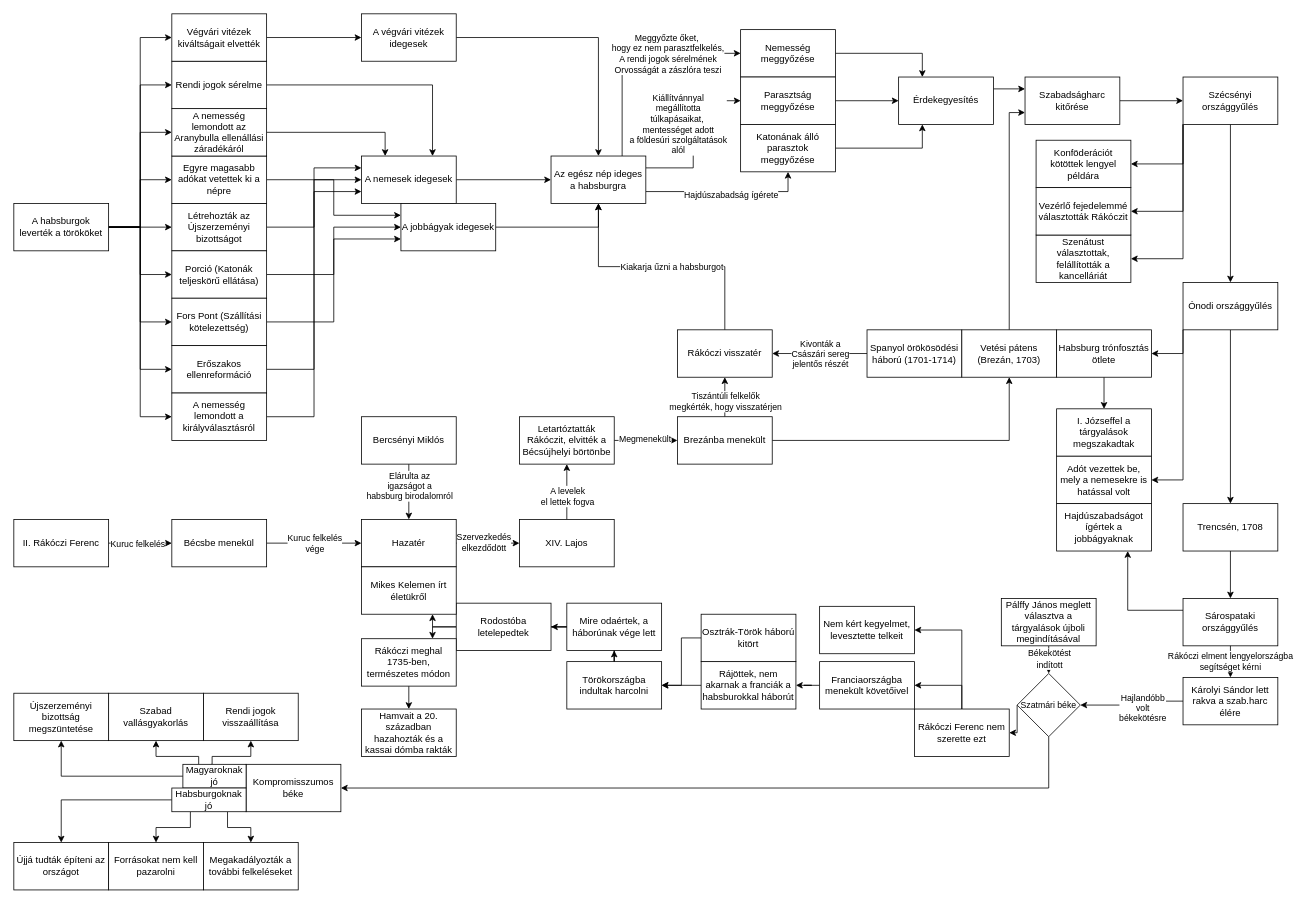
This is Tortenelem/gondolatterkep_rakoczi.drawio from Maho-Yoshino/School_Notes, a draw.io file, before an edit. Source tidied: cells renumbered, new cells numbered last; positions are measured from the earlier drawing's top-left corner, leaving out a move shared by most shapes. Both pictures are drawn from the tidied source at 79%, with x=0, y=0 at pixel (13, 13).
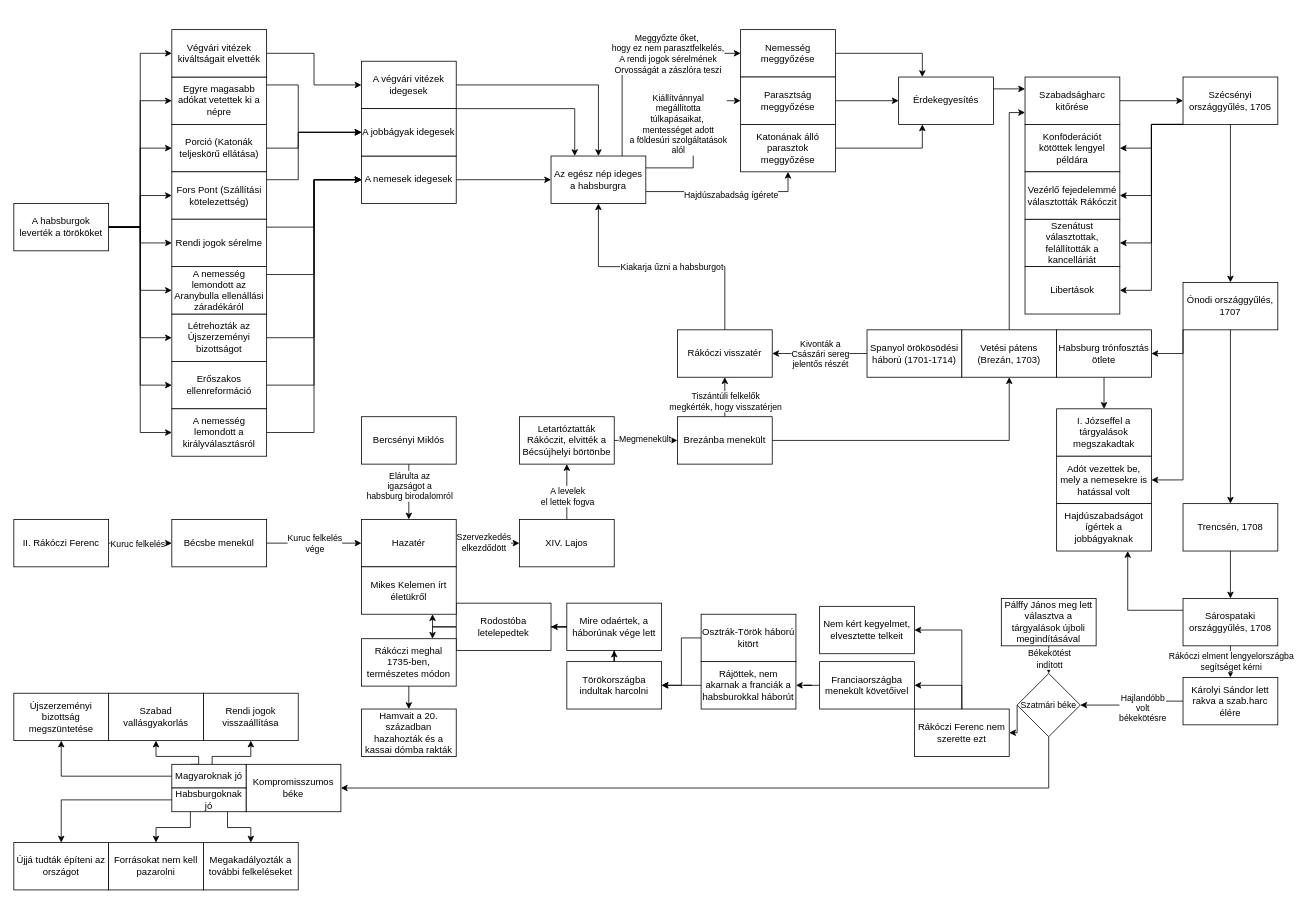
The same page after the edit.

Unchanged cells that the change refers to:
```xml
<mxCell id="11" value="A habsburgok leverték a törököket" style="rounded=0;whiteSpace=wrap;html=1;" parent="1" vertex="1">
  <mxGeometry y="240" width="120" height="60" as="geometry" />
</mxCell>
<mxCell id="38" value="A nemesek idegesek" style="rounded=0;whiteSpace=wrap;html=1;" parent="1" vertex="1">
  <mxGeometry x="440" y="180" width="120" height="60" as="geometry" />
</mxCell>
<mxCell id="47" value="Az egész nép ideges a habsburgra" style="rounded=0;whiteSpace=wrap;html=1;" parent="1" vertex="1">
  <mxGeometry x="680" y="180" width="120" height="60" as="geometry" />
</mxCell>
<mxCell id="107" style="edgeStyle=orthogonalEdgeStyle;rounded=0;jettySize=auto;html=1;entryX=0.5;entryY=0;entryDx=0;entryDy=0;" parent="1" edge="1" source="102" target="106">
  <mxGeometry relative="1" as="geometry" />
</mxCell>
```

The edit, as a diff of the source:
```diff
@@
-    <mxCell id="2" style="edgeStyle=orthogonalEdgeStyle;rounded=0;jettySize=auto;html=1;" parent="1" edge="1" source="11" target="13">
+    <mxCell id="2" style="edgeStyle=orthogonalEdgeStyle;rounded=0;jettySize=auto;html=1;entryX=0;entryY=0.5;entryDx=0;entryDy=0;" parent="1" edge="1" source="11" target="13">
       <mxGeometry relative="1" as="geometry" />
     </mxCell>
@@
-    <mxCell id="12" style="edgeStyle=orthogonalEdgeStyle;rounded=0;jettySize=auto;html=1;entryX=0;entryY=0.25;entryDx=0;entryDy=0;" parent="1" edge="1" source="13" target="38">
+    <mxCell id="12" style="edgeStyle=orthogonalEdgeStyle;rounded=0;jettySize=auto;html=1;entryX=0;entryY=0.5;entryDx=0;entryDy=0;" parent="1" edge="1" source="13" target="38">
       <mxGeometry relative="1" as="geometry" />
     </mxCell>
     <mxCell id="13" value="Létrehozták az Újszerzeményi bizottságot" style="rounded=0;whiteSpace=wrap;html=1;" parent="1" vertex="1">
-      <mxGeometry x="200" y="240" width="120" height="60" as="geometry" />
+      <mxGeometry x="200" y="380" width="120" height="60" as="geometry" />
     </mxCell>
-    <mxCell id="14" style="edgeStyle=orthogonalEdgeStyle;rounded=0;jettySize=auto;html=1;entryX=0;entryY=0.25;entryDx=0;entryDy=0;" parent="1" edge="1" source="15" target="40">
-      <mxGeometry relative="1" as="geometry" />
+    <mxCell id="14" style="edgeStyle=orthogonalEdgeStyle;rounded=0;jettySize=auto;html=1;entryX=0;entryY=0.5;entryDx=0;entryDy=0;" parent="1" edge="1" source="15" target="40">
+      <mxGeometry relative="1" as="geometry">
+        <Array as="points">
+          <mxPoint x="360" y="90" />
+          <mxPoint x="360" y="150" />
+        </Array>
+      </mxGeometry>
     </mxCell>
     <mxCell id="15" value="Egyre magasabb adókat vetettek ki a népre" style="rounded=0;whiteSpace=wrap;html=1;" parent="1" vertex="1">
-      <mxGeometry x="200" y="180" width="120" height="60" as="geometry" />
+      <mxGeometry x="200" y="80" width="120" height="60" as="geometry" />
     </mxCell>
     <mxCell id="16" style="edgeStyle=orthogonalEdgeStyle;rounded=0;jettySize=auto;html=1;entryX=0;entryY=0.5;entryDx=0;entryDy=0;" parent="1" edge="1" source="17" target="40">
-      <mxGeometry relative="1" as="geometry" />
+      <mxGeometry relative="1" as="geometry">
+        <Array as="points">
+          <mxPoint x="360" y="170" />
+          <mxPoint x="360" y="150" />
+        </Array>
+      </mxGeometry>
     </mxCell>
     <mxCell id="17" value="Porció (Katonák teljeskörű ellátása&lt;span style=&quot;background-color: initial;&quot;&gt;)&lt;/span&gt;" style="rounded=0;whiteSpace=wrap;html=1;" parent="1" vertex="1">
-      <mxGeometry x="200" y="300" width="120" height="60" as="geometry" />
+      <mxGeometry x="200" y="140" width="120" height="60" as="geometry" />
     </mxCell>
-    <mxCell id="18" style="edgeStyle=orthogonalEdgeStyle;rounded=0;jettySize=auto;html=1;entryX=0;entryY=0.75;entryDx=0;entryDy=0;" parent="1" edge="1" source="19" target="40">
-      <mxGeometry relative="1" as="geometry" />
+    <mxCell id="18" style="edgeStyle=orthogonalEdgeStyle;rounded=0;jettySize=auto;html=1;entryX=0;entryY=0.5;entryDx=0;entryDy=0;" parent="1" edge="1" source="19" target="40">
+      <mxGeometry relative="1" as="geometry">
+        <Array as="points">
+          <mxPoint x="360" y="210" />
+          <mxPoint x="360" y="150" />
+        </Array>
+      </mxGeometry>
     </mxCell>
     <mxCell id="19" value="Fors Pont (Szállítási kötelezettség)" style="rounded=0;whiteSpace=wrap;html=1;" parent="1" vertex="1">
-      <mxGeometry x="200" y="360" width="120" height="60" as="geometry" />
+      <mxGeometry x="200" y="200" width="120" height="60" as="geometry" />
     </mxCell>
@@
     <mxCell id="21" value="Erőszakos ellenreformáció" style="rounded=0;whiteSpace=wrap;html=1;" parent="1" vertex="1">
-      <mxGeometry x="200" y="420" width="120" height="60" as="geometry" />
+      <mxGeometry x="200" y="440" width="120" height="60" as="geometry" />
     </mxCell>
-    <mxCell id="22" style="edgeStyle=orthogonalEdgeStyle;rounded=0;jettySize=auto;html=1;entryX=0;entryY=0.75;entryDx=0;entryDy=0;" parent="1" edge="1" source="23" target="38">
+    <mxCell id="22" style="edgeStyle=orthogonalEdgeStyle;rounded=0;jettySize=auto;html=1;entryX=0;entryY=0.5;entryDx=0;entryDy=0;" parent="1" edge="1" source="23" target="38">
       <mxGeometry relative="1" as="geometry" />
     </mxCell>
     <mxCell id="23" value="A nemesség lemondott a királyválasztásról" style="rounded=0;whiteSpace=wrap;html=1;" parent="1" vertex="1">
-      <mxGeometry x="200" y="480" width="120" height="60" as="geometry" />
+      <mxGeometry x="200" y="500" width="120" height="60" as="geometry" />
     </mxCell>
@@
-    <mxCell id="29" style="edgeStyle=orthogonalEdgeStyle;rounded=0;jettySize=auto;html=1;entryX=0.25;entryY=0;entryDx=0;entryDy=0;" parent="1" edge="1" source="30" target="38">
-      <mxGeometry relative="1" as="geometry" />
+    <mxCell id="29" style="edgeStyle=orthogonalEdgeStyle;rounded=0;jettySize=auto;html=1;entryX=0;entryY=0.5;entryDx=0;entryDy=0;" parent="1" edge="1" source="30" target="38">
+      <mxGeometry relative="1" as="geometry">
+        <Array as="points">
+          <mxPoint x="380" y="330" />
+          <mxPoint x="380" y="210" />
+        </Array>
+      </mxGeometry>
     </mxCell>
     <mxCell id="30" value="A nemesség lemondott az Aranybulla ellenállási záradékáról" style="rounded=0;whiteSpace=wrap;html=1;" parent="1" vertex="1">
-      <mxGeometry x="200" y="120" width="120" height="60" as="geometry" />
+      <mxGeometry x="200" y="320" width="120" height="60" as="geometry" />
     </mxCell>
-    <mxCell id="31" style="edgeStyle=orthogonalEdgeStyle;rounded=0;jettySize=auto;html=1;entryX=0.75;entryY=0;entryDx=0;entryDy=0;" parent="1" edge="1" source="32" target="38">
-      <mxGeometry relative="1" as="geometry" />
+    <mxCell id="31" style="edgeStyle=orthogonalEdgeStyle;rounded=0;jettySize=auto;html=1;entryX=0;entryY=0.5;entryDx=0;entryDy=0;" parent="1" edge="1" source="32" target="38">
+      <mxGeometry relative="1" as="geometry">
+        <Array as="points">
+          <mxPoint x="380" y="270" />
+          <mxPoint x="380" y="210" />
+        </Array>
+      </mxGeometry>
     </mxCell>
     <mxCell id="32" value="Rendi jogok sérelme" style="rounded=0;whiteSpace=wrap;html=1;" parent="1" vertex="1">
-      <mxGeometry x="200" y="60" width="120" height="60" as="geometry" />
+      <mxGeometry x="200" y="260" width="120" height="60" as="geometry" />
     </mxCell>
@@
     <mxCell id="34" value="Végvári vitézek kiváltságait elvették" style="rounded=0;whiteSpace=wrap;html=1;" parent="1" vertex="1">
-      <mxGeometry x="200" width="120" height="60" as="geometry" />
+      <mxGeometry x="200" y="20" width="120" height="60" as="geometry" />
     </mxCell>
@@
     <mxCell id="36" value="A végvári vitézek idegesek" style="rounded=0;whiteSpace=wrap;html=1;" parent="1" vertex="1">
-      <mxGeometry x="440" width="120" height="60" as="geometry" />
+      <mxGeometry x="440" y="60" width="120" height="60" as="geometry" />
     </mxCell>
@@
-    <mxCell id="39" style="edgeStyle=orthogonalEdgeStyle;rounded=0;jettySize=auto;html=1;entryX=0.5;entryY=1;entryDx=0;entryDy=0;" parent="1" edge="1" source="40" target="47">
-      <mxGeometry relative="1" as="geometry" />
+    <mxCell id="39" style="edgeStyle=orthogonalEdgeStyle;rounded=0;jettySize=auto;html=1;entryX=0.25;entryY=0;entryDx=0;entryDy=0;" parent="1" edge="1" source="40" target="47">
+      <mxGeometry relative="1" as="geometry">
+        <Array as="points">
+          <mxPoint x="710" y="120" />
+        </Array>
+      </mxGeometry>
     </mxCell>
     <mxCell id="40" value="A jobbágyak idegesek" style="rounded=0;whiteSpace=wrap;html=1;" parent="1" vertex="1">
-      <mxGeometry x="490" y="240" width="120" height="60" as="geometry" />
+      <mxGeometry x="440" y="120" width="120" height="60" as="geometry" />
     </mxCell>
@@
     <mxCell id="83" style="edgeStyle=orthogonalEdgeStyle;rounded=0;jettySize=auto;html=1;exitX=0;exitY=1;exitDx=0;exitDy=0;entryX=1;entryY=0.5;entryDx=0;entryDy=0;" parent="1" edge="1" source="87" target="88">
-      <mxGeometry relative="1" as="geometry" />
+      <mxGeometry relative="1" as="geometry">
+        <Array as="points">
+          <mxPoint x="1440" y="140" />
+          <mxPoint x="1440" y="170" />
+        </Array>
+      </mxGeometry>
     </mxCell>
     <mxCell id="84" style="edgeStyle=orthogonalEdgeStyle;rounded=0;jettySize=auto;html=1;entryX=1;entryY=0.5;entryDx=0;entryDy=0;exitX=0;exitY=1;exitDx=0;exitDy=0;" parent="1" edge="1" source="87" target="89">
-      <mxGeometry relative="1" as="geometry" />
+      <mxGeometry relative="1" as="geometry">
+        <Array as="points">
+          <mxPoint x="1440" y="140" />
+          <mxPoint x="1440" y="290" />
+        </Array>
+      </mxGeometry>
     </mxCell>
     <mxCell id="85" style="edgeStyle=orthogonalEdgeStyle;rounded=0;jettySize=auto;html=1;exitX=0;exitY=1;exitDx=0;exitDy=0;entryX=1;entryY=0.5;entryDx=0;entryDy=0;" parent="1" edge="1" source="87" target="90">
-      <mxGeometry relative="1" as="geometry" />
+      <mxGeometry relative="1" as="geometry">
+        <Array as="points">
+          <mxPoint x="1440" y="140" />
+          <mxPoint x="1440" y="230" />
+        </Array>
+      </mxGeometry>
     </mxCell>
@@
+    <mxCell id="151" style="edgeStyle=orthogonalEdgeStyle;rounded=0;jettySize=auto;html=1;exitX=0;exitY=1;exitDx=0;exitDy=0;entryX=1;entryY=0.5;entryDx=0;entryDy=0;" parent="1" edge="1" source="87" target="152">
+      <mxGeometry relative="1" as="geometry">
+        <Array as="points">
+          <mxPoint x="1440" y="140" />
+          <mxPoint x="1440" y="350" />
+        </Array>
+      </mxGeometry>
+    </mxCell>
-    <mxCell id="87" value="Szécsényi országgyűlés" style="rounded=0;whiteSpace=wrap;html=1;" parent="1" vertex="1">
+    <mxCell id="87" value="Szécsényi országgyűlés, 1705" style="rounded=0;whiteSpace=wrap;html=1;" parent="1" vertex="1">
       <mxGeometry x="1480" y="80" width="120" height="60" as="geometry" />
     </mxCell>
     <mxCell id="88" value="Konföderációt kötöttek lengyel példára" style="whiteSpace=wrap;html=1;rounded=0;" parent="1" vertex="1">
-      <mxGeometry x="1294" y="160" width="120" height="60" as="geometry" />
+      <mxGeometry x="1280" y="140" width="120" height="60" as="geometry" />
     </mxCell>
     <mxCell id="89" value="Szenátust választottak, felállították a kancelláriát" style="rounded=0;whiteSpace=wrap;html=1;" parent="1" vertex="1">
-      <mxGeometry x="1294" y="280" width="120" height="60" as="geometry" />
+      <mxGeometry x="1280" y="260" width="120" height="60" as="geometry" />
     </mxCell>
     <mxCell id="90" value="Vezérlő fejedelemmé választották Rákóczit" style="rounded=0;whiteSpace=wrap;html=1;" parent="1" vertex="1">
-      <mxGeometry x="1294" y="220" width="120" height="60" as="geometry" />
+      <mxGeometry x="1280" y="200" width="120" height="60" as="geometry" />
     </mxCell>
@@
-    <mxCell id="94" value="Ónodi országgyűlés" style="whiteSpace=wrap;html=1;rounded=0;" parent="1" vertex="1">
+    <mxCell id="94" value="Ónodi országgyűlés, 1707" style="whiteSpace=wrap;html=1;rounded=0;" parent="1" vertex="1">
       <mxGeometry x="1480" y="340" width="120" height="60" as="geometry" />
     </mxCell>
@@
-    <mxCell id="102" value="Sárospataki országgyűlés" style="rounded=0;whiteSpace=wrap;html=1;" parent="1" vertex="1">
+    <mxCell id="102" value="Sárospataki országgyűlés, 1708" style="rounded=0;whiteSpace=wrap;html=1;" parent="1" vertex="1">
       <mxGeometry x="1480" y="740" width="120" height="60" as="geometry" />
     </mxCell>
@@
     <mxCell id="108" value="Rákóczi elment lengyelországba&lt;div&gt;segítséget kérni&lt;/div&gt;" style="edgeLabel;html=1;align=center;verticalAlign=middle;" parent="107" vertex="1">
-      <mxGeometry x="-0.05" y="-1" relative="1" as="geometry" />
+      <mxGeometry x="-0.05" y="-1" relative="1" as="geometry">
+        <mxPoint x="1" as="offset" />
+      </mxGeometry>
     </mxCell>
@@
-    <mxCell id="111" value="Pálffy János meglett választva a tárgyalások újboli megindításával" style="rounded=0;whiteSpace=wrap;html=1;" parent="1" vertex="1">
+    <mxCell id="111" value="Pálffy János meg lett választva a tárgyalások újboli megindításával" style="rounded=0;whiteSpace=wrap;html=1;" parent="1" vertex="1">
       <mxGeometry x="1250" y="740" width="120" height="60" as="geometry" />
     </mxCell>
@@
     <mxCell id="128" value="Magyaroknak jó" style="rounded=0;whiteSpace=wrap;html=1;" parent="1" vertex="1">
-      <mxGeometry x="214" y="950" width="80" height="30" as="geometry" />
+      <mxGeometry x="200" y="950" width="94" height="30" as="geometry" />
     </mxCell>
@@
-    <mxCell id="133" value="Nem kért kegyelmet, levesztette telkeit" style="rounded=0;whiteSpace=wrap;html=1;" parent="1" vertex="1">
+    <mxCell id="133" value="Nem kért kegyelmet, elvesztette telkeit" style="rounded=0;whiteSpace=wrap;html=1;" parent="1" vertex="1">
       <mxGeometry x="1020" y="750" width="120" height="60" as="geometry" />
     </mxCell>
@@
+    <mxCell id="152" value="Libertások" style="rounded=0;whiteSpace=wrap;html=1;" parent="1" vertex="1">
+      <mxGeometry x="1280" y="320" width="120" height="60" as="geometry" />
+    </mxCell>
```
